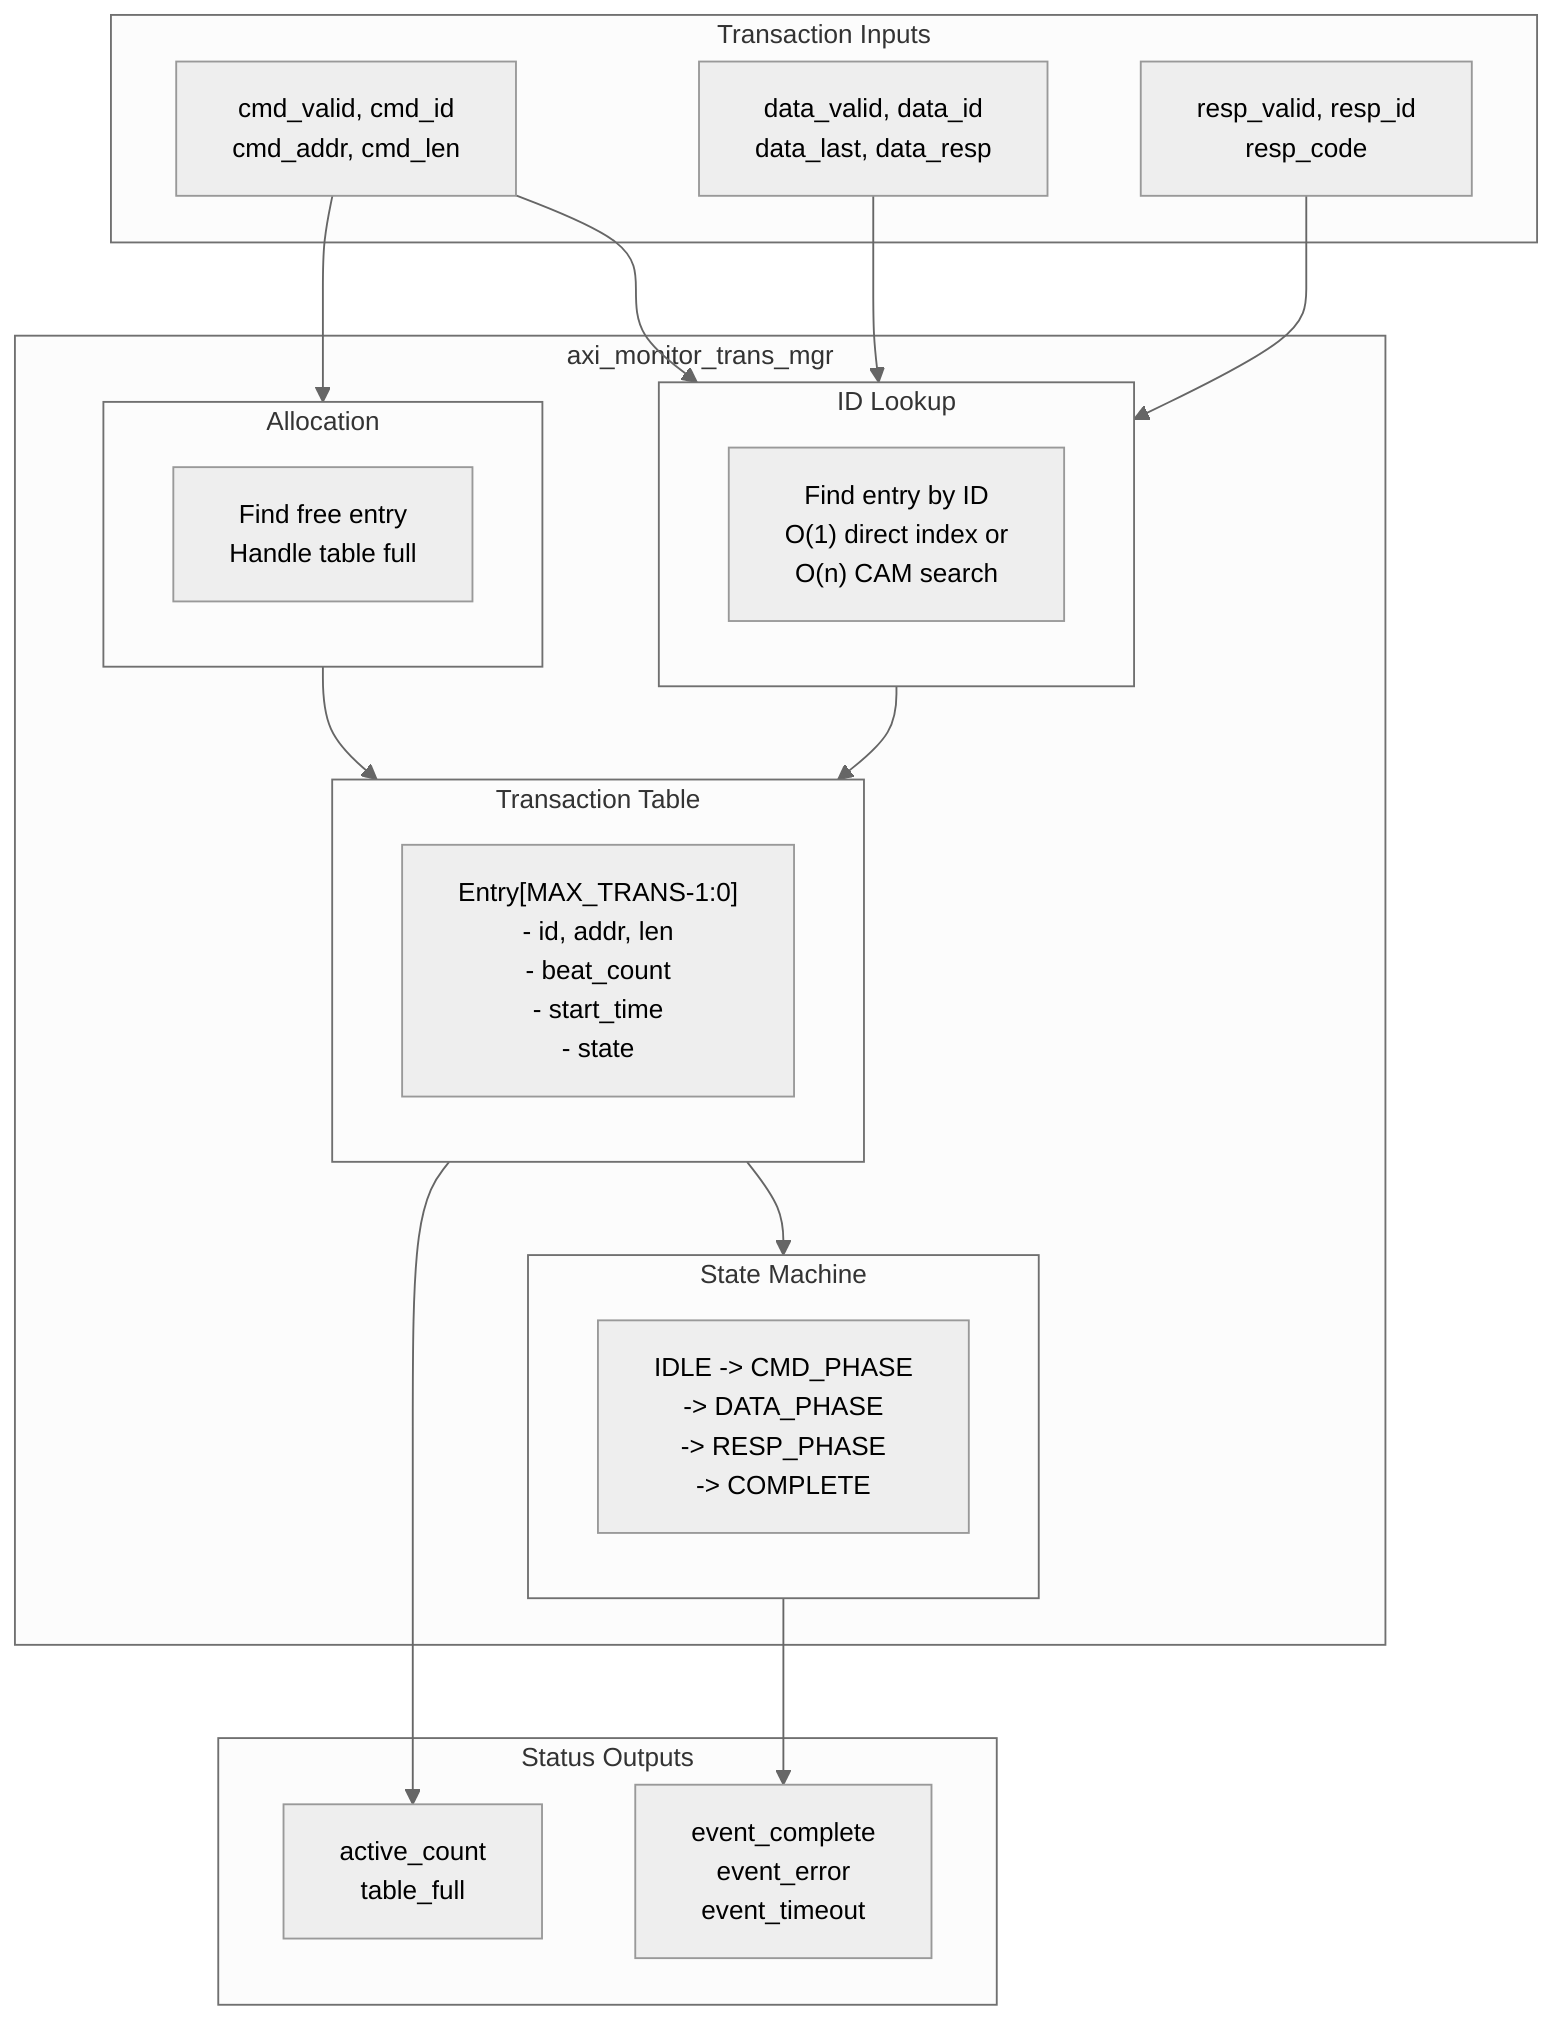
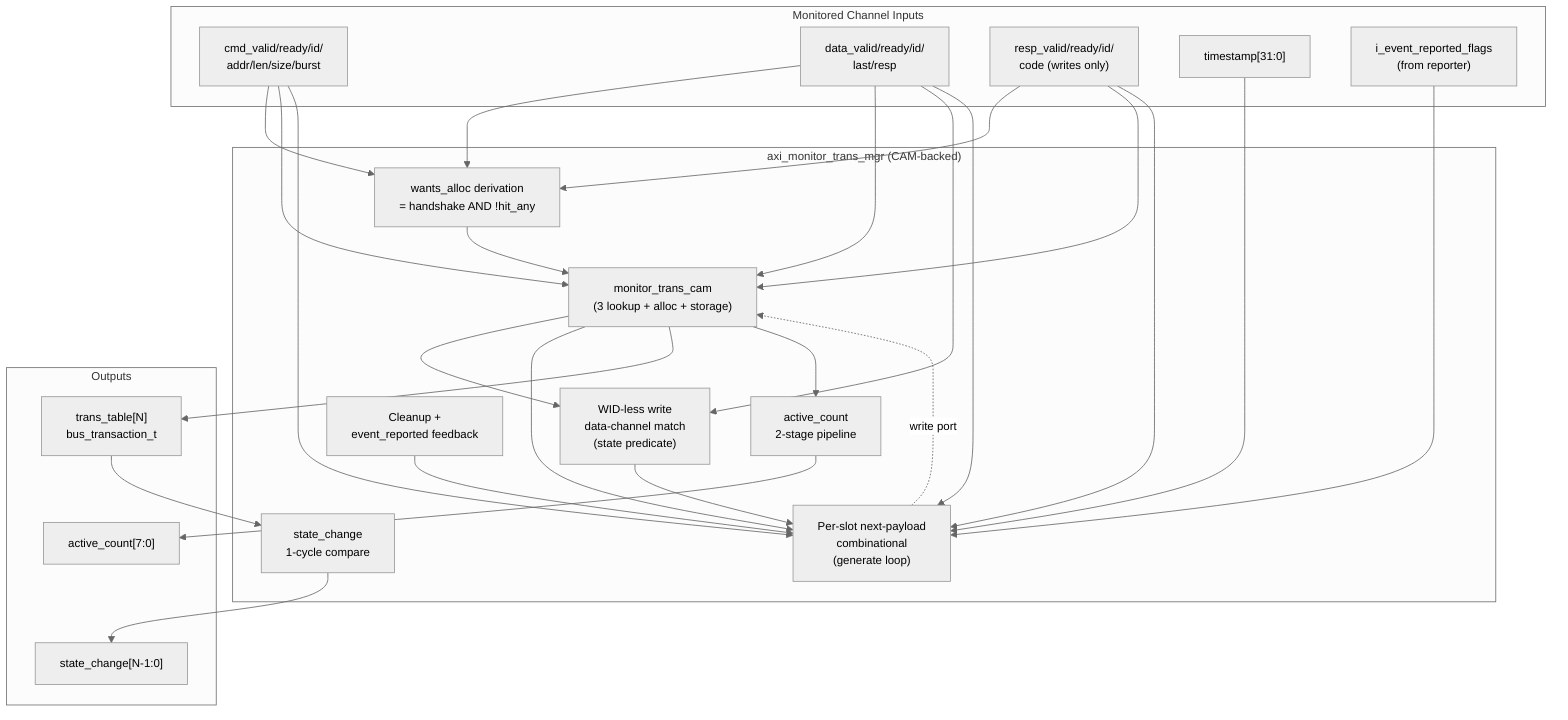
%%{init: {'theme': 'neutral', 'themeVariables': { 'fontSize': '14px'}}}%%
flowchart TB
-     subgraph Inputs["Transaction Inputs"]
-         CMD["cmd_valid, cmd_id\ncmd_addr, cmd_len"]
-         DATA["data_valid, data_id\ndata_last, data_resp"]
-         RESP["resp_valid, resp_id\nresp_code"]
+     subgraph Inputs["Monitored Channel Inputs"]
+         CMD["cmd_valid/ready/id/<br/>addr/len/size/burst"]
+         DATA["data_valid/ready/id/<br/>last/resp"]
+         RESP["resp_valid/ready/id/<br/>code (writes only)"]
+         TS["timestamp[31:0]"]
+         EVT_FB["i_event_reported_flags<br/>(from reporter)"]
    end

-     subgraph axi_monitor_trans_mgr["axi_monitor_trans_mgr"]
-         subgraph Table["Transaction Table"]
-             ENTRY["Entry[MAX_TRANS-1:0]\n- id, addr, len\n- beat_count\n- start_time\n- state"]
-         end
+     subgraph axi_monitor_trans_mgr["axi_monitor_trans_mgr (CAM-backed)"]
+         WID_MATCH["WID-less write<br/>data-channel match<br/>(state predicate)"]

-         subgraph Lookup["ID Lookup"]
-             FIND["Find entry by ID\nO(1) direct index or\nO(n) CAM search"]
-         end
+         WANTS["wants_alloc derivation<br/>= handshake AND !hit_any"]

-         subgraph State["State Machine"]
-             FSM["IDLE -> CMD_PHASE\n-> DATA_PHASE\n-> RESP_PHASE\n-> COMPLETE"]
-         end
+         CAM_INST["monitor_trans_cam<br/>(3 lookup + alloc + storage)"]

-         subgraph Alloc["Allocation"]
-             ALLOC["Find free entry\nHandle table full"]
-         end
+         NEXT_STATE["Per-slot next-payload<br/>combinational<br/>(generate loop)"]
+ 
+         CLEANUP["Cleanup +<br/>event_reported feedback"]
+ 
+         COUNT_PIPE["active_count<br/>2-stage pipeline"]
+ 
+         STATE_CHG["state_change<br/>1-cycle compare"]
    end

-     subgraph Outputs["Status Outputs"]
-         EVENTS["event_complete\nevent_error\nevent_timeout"]
-         COUNT["active_count\ntable_full"]
+     subgraph Outputs["Outputs"]
+         TT["trans_table[N]<br/>bus_transaction_t"]
+         AC["active_count[7:0]"]
+         SC["state_change[N-1:0]"]
    end

-     CMD --> Lookup
-     CMD --> Alloc
-     DATA --> Lookup
-     RESP --> Lookup
-     Lookup --> Table
-     Alloc --> Table
-     Table --> State
-     State --> EVENTS
-     Table --> COUNT
+     CMD --> WANTS
+     DATA --> WANTS
+     RESP --> WANTS
+     CMD --> CAM_INST
+     DATA --> CAM_INST
+     RESP --> CAM_INST
+     WANTS --> CAM_INST
+     DATA --> WID_MATCH
+     CAM_INST --> WID_MATCH
+     CAM_INST --> NEXT_STATE
+     WID_MATCH --> NEXT_STATE
+     CMD --> NEXT_STATE
+     DATA --> NEXT_STATE
+     RESP --> NEXT_STATE
+     TS --> NEXT_STATE
+     EVT_FB --> NEXT_STATE
+     CLEANUP --> NEXT_STATE
+     NEXT_STATE -.write port.-> CAM_INST
+     CAM_INST --> TT
+     CAM_INST --> COUNT_PIPE
+     COUNT_PIPE --> AC
+     TT --> STATE_CHG
+     STATE_CHG --> SC
